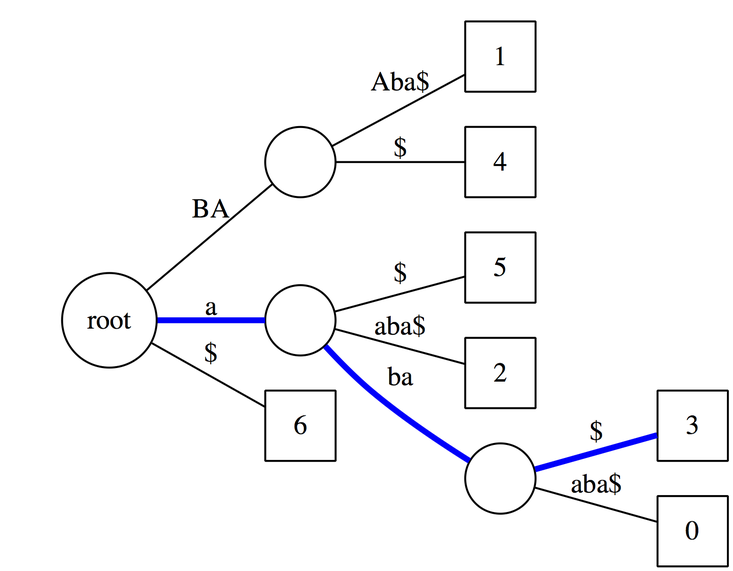
Above: images/suffix_tree_4.png in nekrut/BMMB554 (Graphviz), before the change. Its source is kept beside it as graphviz/suffix_tree_4.gv.
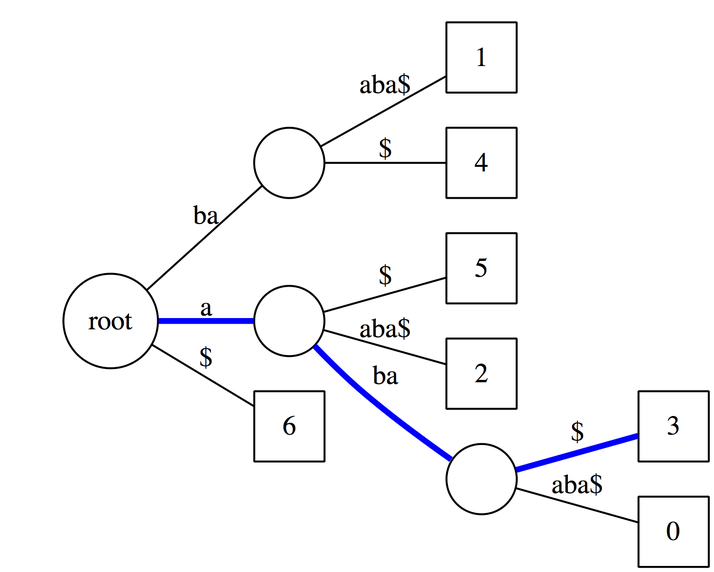
After the commit.

What changed in the source:
```diff
@@ -15,8 +15,8 @@
 10  [shape="square", label="0"];
 11  [shape="square", label="6"];
 
- 1 -- 2 [label="BA"];
- 2 -- 3 [label="Aba$"];
+ 1 -- 2 [label="ba"];
+ 2 -- 3 [label="aba$"];
  2 -- 4 [label="$"];
 
  1 -- 5 [label="a",color="blue", penwidth="3.0"];
```
